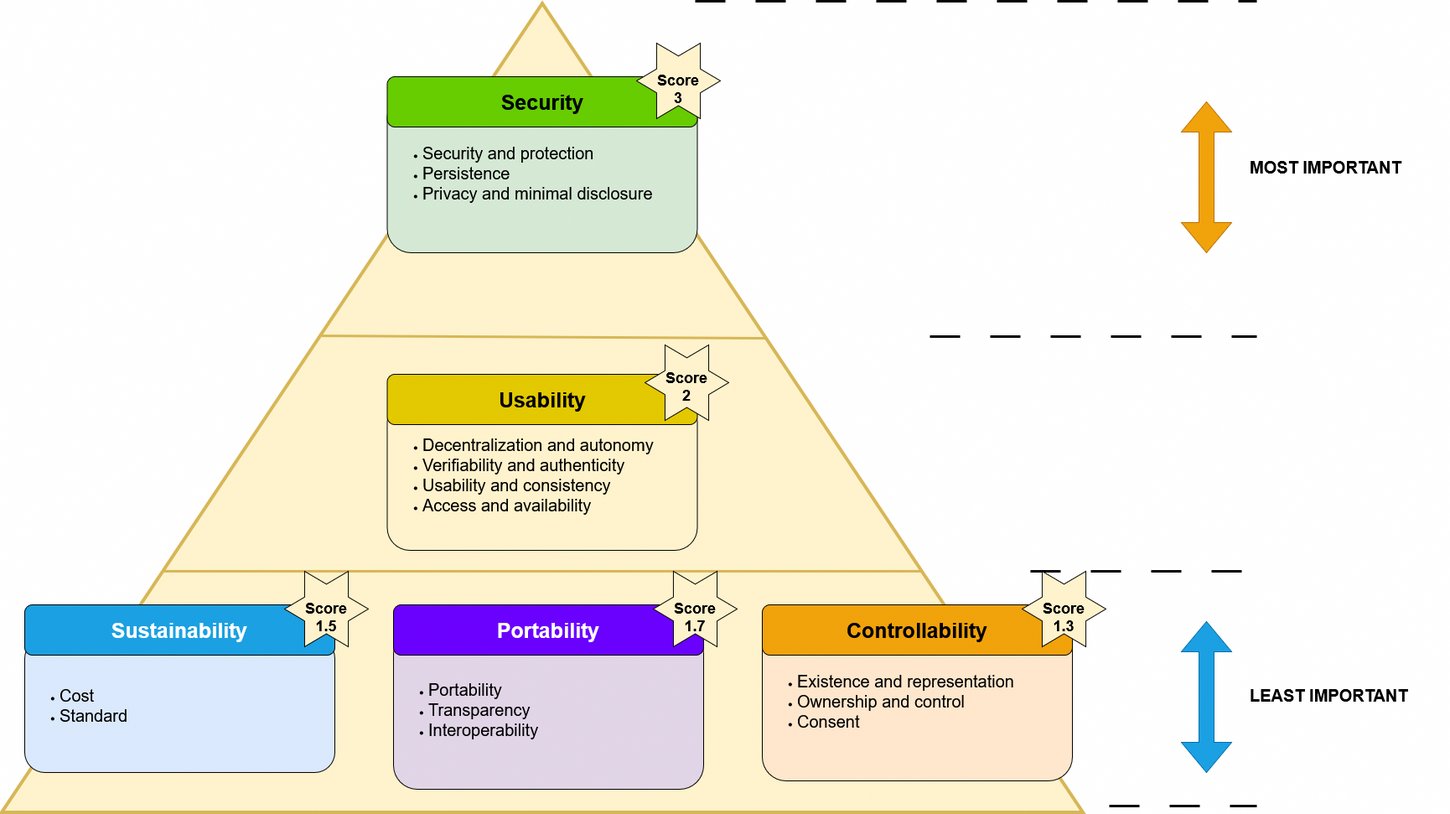
Earlier version of the draw.io export definition/images/survey/ImportantGroups.png (cristianlepore/Self-Sovereign-Identity). Source tidied: cells renumbered, new cells last; positions are measured from the earlier drawing's top-left corner, leaving out a move shared by most shapes. Source of this version:
```xml
<mxGraphModel>
  <root>
    <mxCell id="0" />
    <mxCell id="1" parent="0" />
    <mxCell id="2" style="endArrow=none;html=1;rounded=0;exitX=0.298;exitY=0.15;exitDx=0;exitDy=0;exitPerimeter=0;fillColor=#fff2cc;strokeColor=#000000;strokeWidth=3;dashed=1;dashPattern=12 12;" parent="1" edge="1">
      <mxGeometry relative="1" as="geometry">
        <mxPoint x="1150" y="1120" as="sourcePoint" />
        <mxPoint x="1470" y="1120" as="targetPoint" />
      </mxGeometry>
    </mxCell>
    <mxCell id="3" style="triangle;whiteSpace=wrap;html=1;rotation=-90;fillColor=#fff2cc;strokeColor=#d6b656;strokeWidth=4;" parent="1" vertex="1">
      <mxGeometry x="135" width="965" height="1290" as="geometry" />
    </mxCell>
    <mxCell id="4" value="&lt;div style=&quot;line-height: 200%;&quot; align=&quot;right&quot;&gt;&lt;span style=&quot;color: rgb(0, 0, 0);&quot;&gt;&lt;b&gt;&lt;font style=&quot;font-size: 20px;&quot;&gt;MOST IMPORTANT&lt;/font&gt;&lt;/b&gt;&lt;/span&gt;&lt;br&gt;&lt;/div&gt;" style="text;whiteSpace=wrap;html=1;" parent="1" vertex="1">
      <mxGeometry x="1460" y="340" width="240" height="60" as="geometry" />
    </mxCell>
    <mxCell id="5" value="&lt;div style=&quot;line-height: 200%;&quot; align=&quot;right&quot;&gt;&lt;b&gt;&lt;font style=&quot;font-size: 20px; color: rgb(0, 0, 0);&quot;&gt;LEAST IMPORTANT&lt;/font&gt;&lt;span style=&quot;color: rgba(0, 0, 0, 0);&quot;&gt;&lt;span style=&quot;color: rgba(0, 0, 0, 0);&quot;&gt;&lt;br&gt;&lt;/span&gt;&lt;/span&gt;&lt;/b&gt;&lt;/div&gt;" style="text;whiteSpace=wrap;html=1;" parent="1" vertex="1">
      <mxGeometry x="1460" y="970" width="240" height="60" as="geometry" />
    </mxCell>
    <mxCell id="6" style="endArrow=none;html=1;rounded=0;entryX=0.586;entryY=0.707;entryDx=0;entryDy=0;entryPerimeter=0;exitX=0.589;exitY=0.296;exitDx=0;exitDy=0;exitPerimeter=0;fillColor=#fff2cc;strokeColor=#d6b656;strokeWidth=3;" parent="1" edge="1" source="3" target="3">
      <mxGeometry relative="1" as="geometry" />
    </mxCell>
    <mxCell id="7" style="endArrow=none;html=1;rounded=0;entryX=0.298;entryY=0.851;entryDx=0;entryDy=0;entryPerimeter=0;exitX=0.298;exitY=0.15;exitDx=0;exitDy=0;exitPerimeter=0;fillColor=#fff2cc;strokeColor=#d6b656;strokeWidth=3;" parent="1" edge="1" source="3" target="3">
      <mxGeometry relative="1" as="geometry" />
    </mxCell>
    <mxCell id="8" value="&lt;div align=&quot;left&quot;&gt;&lt;ul&gt;&lt;li&gt;&lt;font style=&quot;font-size: 20px;&quot;&gt;Existence and representation&lt;/font&gt;&lt;/li&gt;&lt;li&gt;&lt;font style=&quot;font-size: 20px;&quot;&gt;Ownership and control&lt;/font&gt;&lt;/li&gt;&lt;li&gt;&lt;font style=&quot;font-size: 20px;&quot;&gt;Consent&lt;/font&gt;&lt;/li&gt;&lt;/ul&gt;&lt;/div&gt;" style="rounded=1;whiteSpace=wrap;html=1;align=left;fillColor=#ffe6cc;strokeColor=#000000;" parent="1" vertex="1">
      <mxGeometry x="880" y="900" width="370" height="190" as="geometry" />
    </mxCell>
    <mxCell id="9" value="&lt;div align=&quot;left&quot;&gt;&lt;ul&gt;&lt;li&gt;&lt;font style=&quot;font-size: 20px;&quot;&gt;Security and protection&lt;/font&gt;&lt;/li&gt;&lt;li&gt;&lt;font style=&quot;font-size: 20px;&quot;&gt;Persistence&lt;/font&gt;&lt;/li&gt;&lt;li&gt;&lt;font style=&quot;font-size: 20px;&quot;&gt;Privacy and minimal disclosure&lt;/font&gt;&lt;/li&gt;&lt;/ul&gt;&lt;/div&gt;" style="rounded=1;whiteSpace=wrap;html=1;align=left;fillColor=#d5e8d4;strokeColor=#000000;" parent="1" vertex="1">
      <mxGeometry x="432.5" y="270" width="370" height="190" as="geometry" />
    </mxCell>
    <mxCell id="10" value="&lt;div align=&quot;left&quot;&gt;&lt;ul&gt;&lt;li&gt;&lt;font style=&quot;font-size: 20px;&quot;&gt;Decentralization and autonomy&lt;/font&gt;&lt;/li&gt;&lt;li&gt;&lt;font style=&quot;font-size: 20px;&quot;&gt;Verifiability and authenticity&lt;/font&gt;&lt;/li&gt;&lt;li&gt;&lt;font style=&quot;font-size: 20px;&quot;&gt;Usability and consistency&lt;/font&gt;&lt;/li&gt;&lt;li&gt;&lt;font style=&quot;font-size: 20px;&quot;&gt;Access and availability&lt;/font&gt;&lt;/li&gt;&lt;/ul&gt;&lt;/div&gt;" style="rounded=1;whiteSpace=wrap;html=1;align=left;fillColor=#fff2cc;strokeColor=#000000;" parent="1" vertex="1">
      <mxGeometry x="432.5" y="635" width="370" height="180" as="geometry" />
    </mxCell>
    <mxCell id="11" value="&lt;b&gt;&lt;font style=&quot;font-size: 25px;&quot;&gt;Controllability&lt;/font&gt;&lt;/b&gt;" style="rounded=1;whiteSpace=wrap;html=1;fillColor=#f0a30a;fontColor=#000000;strokeColor=#000000;" parent="1" vertex="1">
      <mxGeometry x="880" y="880" width="370" height="60" as="geometry" />
    </mxCell>
    <mxCell id="12" value="&lt;div&gt;&lt;b&gt;&lt;font style=&quot;font-size: 25px;&quot;&gt;Usability&lt;/font&gt;&lt;/b&gt;&lt;br&gt;&lt;/div&gt;" style="rounded=1;whiteSpace=wrap;html=1;fillColor=#e3c800;fontColor=#000000;strokeColor=#000000;" parent="1" vertex="1">
      <mxGeometry x="432.5" y="605" width="370" height="60" as="geometry" />
    </mxCell>
    <mxCell id="13" value="&lt;span style=&quot;color: rgb(0, 0, 0);&quot;&gt;&lt;b&gt;&lt;font style=&quot;font-size: 25px;&quot;&gt;Security&lt;font&gt;&lt;br&gt;&lt;/font&gt;&lt;/font&gt;&lt;/b&gt;&lt;/span&gt;" style="rounded=1;whiteSpace=wrap;html=1;fillColor=#66CC00;strokeColor=#000000;fontColor=#ffffff;" parent="1" vertex="1">
      <mxGeometry x="432.5" y="250" width="370" height="60" as="geometry" />
    </mxCell>
    <mxCell id="14" value="&lt;div align=&quot;left&quot;&gt;&lt;ul&gt;&lt;li&gt;&lt;font style=&quot;font-size: 20px;&quot;&gt;Cost&lt;/font&gt;&lt;/li&gt;&lt;li&gt;&lt;div&gt;&lt;font style=&quot;font-size: 20px;&quot;&gt;Standard&lt;/font&gt;&lt;/div&gt;&lt;/li&gt;&lt;/ul&gt;&lt;/div&gt;" style="rounded=1;whiteSpace=wrap;html=1;fillColor=#dae8fc;strokeColor=#000000;align=left;" parent="1" vertex="1">
      <mxGeometry y="920" width="370" height="160" as="geometry" />
    </mxCell>
    <mxCell id="15" value="&lt;div align=&quot;left&quot;&gt;&lt;ul&gt;&lt;li&gt;&lt;font style=&quot;font-size: 20px;&quot;&gt;Portability&lt;/font&gt;&lt;/li&gt;&lt;li&gt;&lt;font style=&quot;font-size: 20px;&quot;&gt;Transparency&lt;/font&gt;&lt;/li&gt;&lt;li&gt;&lt;font style=&quot;font-size: 20px;&quot;&gt;Interoperability&lt;/font&gt;&lt;/li&gt;&lt;/ul&gt;&lt;/div&gt;" style="rounded=1;whiteSpace=wrap;html=1;align=left;fillColor=#e1d5e7;strokeColor=#000000;" parent="1" vertex="1">
      <mxGeometry x="440" y="910" width="370" height="190" as="geometry" />
    </mxCell>
    <mxCell id="16" value="&lt;b&gt;&lt;font style=&quot;font-size: 25px;&quot;&gt;Portability&lt;/font&gt;&lt;/b&gt;" style="rounded=1;whiteSpace=wrap;html=1;fillColor=#6a00ff;fontColor=#ffffff;strokeColor=#000000;" parent="1" vertex="1">
      <mxGeometry x="440" y="880" width="370" height="60" as="geometry" />
    </mxCell>
    <mxCell id="17" value="&lt;font style=&quot;font-size: 25px;&quot;&gt;&lt;b&gt;Sustainability&lt;/b&gt;&lt;/font&gt;" style="rounded=1;whiteSpace=wrap;html=1;fillColor=#1ba1e2;fontColor=#ffffff;strokeColor=#000000;" parent="1" vertex="1">
      <mxGeometry y="880" width="370" height="60" as="geometry" />
    </mxCell>
    <mxCell id="18" style="shape=doubleArrow;whiteSpace=wrap;html=1;rotation=90;fillColor=#1ba1e2;strokeColor=#006EAF;fontColor=#ffffff;" parent="1" vertex="1">
      <mxGeometry x="1320" y="960" width="180" height="60" as="geometry" />
    </mxCell>
    <mxCell id="19" style="shape=doubleArrow;whiteSpace=wrap;html=1;rotation=90;fillColor=#f0a30a;fontColor=#000000;strokeColor=#BD7000;" parent="1" vertex="1">
      <mxGeometry x="1320" y="340" width="180" height="60" as="geometry" />
    </mxCell>
    <mxCell id="20" style="endArrow=none;html=1;rounded=0;fillColor=#fff2cc;strokeColor=#000000;strokeWidth=3;dashed=1;dashPattern=12 12;" parent="1" edge="1">
      <mxGeometry relative="1" as="geometry">
        <mxPoint x="1200" y="840" as="sourcePoint" />
        <mxPoint x="1470" y="840" as="targetPoint" />
      </mxGeometry>
    </mxCell>
    <mxCell id="21" style="endArrow=none;html=1;rounded=0;fillColor=#fff2cc;strokeColor=#000000;strokeWidth=3;dashed=1;dashPattern=12 12;" parent="1" edge="1">
      <mxGeometry relative="1" as="geometry">
        <mxPoint x="1080" y="560" as="sourcePoint" />
        <mxPoint x="1470" y="560" as="targetPoint" />
      </mxGeometry>
    </mxCell>
    <mxCell id="22" style="endArrow=none;html=1;rounded=0;fillColor=#fff2cc;strokeColor=#000000;strokeWidth=3;dashed=1;dashPattern=12 12;" parent="1" edge="1">
      <mxGeometry relative="1" as="geometry">
        <mxPoint x="800" y="160" as="sourcePoint" />
        <mxPoint x="1470" y="160" as="targetPoint" />
      </mxGeometry>
    </mxCell>
    <mxCell id="23" style="verticalLabelPosition=bottom;verticalAlign=top;html=1;shape=mxgraph.basic.6_point_star;fillColor=#fff2cc;strokeColor=#000000;" parent="1" vertex="1">
      <mxGeometry x="730" y="210" width="100" height="90" as="geometry" />
    </mxCell>
    <mxCell id="24" value="&lt;font style=&quot;font-size: 18px;&quot;&gt;&lt;b&gt;&lt;font&gt;Score 3&lt;/font&gt;&lt;/b&gt;&lt;/font&gt;" style="text;html=1;align=center;verticalAlign=middle;whiteSpace=wrap;rounded=0;" parent="1" vertex="1">
      <mxGeometry x="750" y="250" width="60" height="30" as="geometry" />
    </mxCell>
    <mxCell id="25" style="verticalLabelPosition=bottom;verticalAlign=top;html=1;shape=mxgraph.basic.6_point_star;fillColor=#fff2cc;strokeColor=#000000;" parent="1" vertex="1">
      <mxGeometry x="740" y="570" width="100" height="90" as="geometry" />
    </mxCell>
    <mxCell id="26" style="verticalLabelPosition=bottom;verticalAlign=top;html=1;shape=mxgraph.basic.6_point_star;fillColor=#fff2cc;strokeColor=#000000;" parent="1" vertex="1">
      <mxGeometry x="750" y="840" width="100" height="90" as="geometry" />
    </mxCell>
    <mxCell id="27" value="&lt;font style=&quot;font-size: 18px;&quot;&gt;&lt;b&gt;&lt;font&gt;Score 2&lt;/font&gt;&lt;/b&gt;&lt;/font&gt;" style="text;html=1;align=center;verticalAlign=middle;whiteSpace=wrap;rounded=0;" parent="1" vertex="1">
      <mxGeometry x="760" y="605" width="60" height="30" as="geometry" />
    </mxCell>
    <mxCell id="28" value="&lt;font style=&quot;font-size: 18px;&quot;&gt;&lt;b&gt;&lt;font&gt;Score 1.7&lt;/font&gt;&lt;/b&gt;&lt;/font&gt;" style="text;html=1;align=center;verticalAlign=middle;whiteSpace=wrap;rounded=0;" parent="1" vertex="1">
      <mxGeometry x="770" y="880" width="60" height="30" as="geometry" />
    </mxCell>
    <mxCell id="29" style="verticalLabelPosition=bottom;verticalAlign=top;html=1;shape=mxgraph.basic.6_point_star;fillColor=#fff2cc;strokeColor=#000000;" parent="1" vertex="1">
      <mxGeometry x="310" y="840" width="100" height="90" as="geometry" />
    </mxCell>
    <mxCell id="30" value="&lt;font style=&quot;font-size: 18px;&quot;&gt;&lt;b&gt;&lt;font&gt;Score 1.5&lt;/font&gt;&lt;/b&gt;&lt;/font&gt;" style="text;html=1;align=center;verticalAlign=middle;whiteSpace=wrap;rounded=0;" parent="1" vertex="1">
      <mxGeometry x="330" y="880" width="60" height="30" as="geometry" />
    </mxCell>
    <mxCell id="31" style="verticalLabelPosition=bottom;verticalAlign=top;html=1;shape=mxgraph.basic.6_point_star;fillColor=#fff2cc;strokeColor=#000000;" parent="1" vertex="1">
      <mxGeometry x="1190" y="840" width="100" height="90" as="geometry" />
    </mxCell>
    <mxCell id="32" value="&lt;font style=&quot;font-size: 18px;&quot;&gt;&lt;b&gt;&lt;font&gt;Score 1.3&lt;/font&gt;&lt;/b&gt;&lt;/font&gt;" style="text;html=1;align=center;verticalAlign=middle;whiteSpace=wrap;rounded=0;" parent="1" vertex="1">
      <mxGeometry x="1210" y="880" width="60" height="30" as="geometry" />
    </mxCell>
  </root>
</mxGraphModel>
```
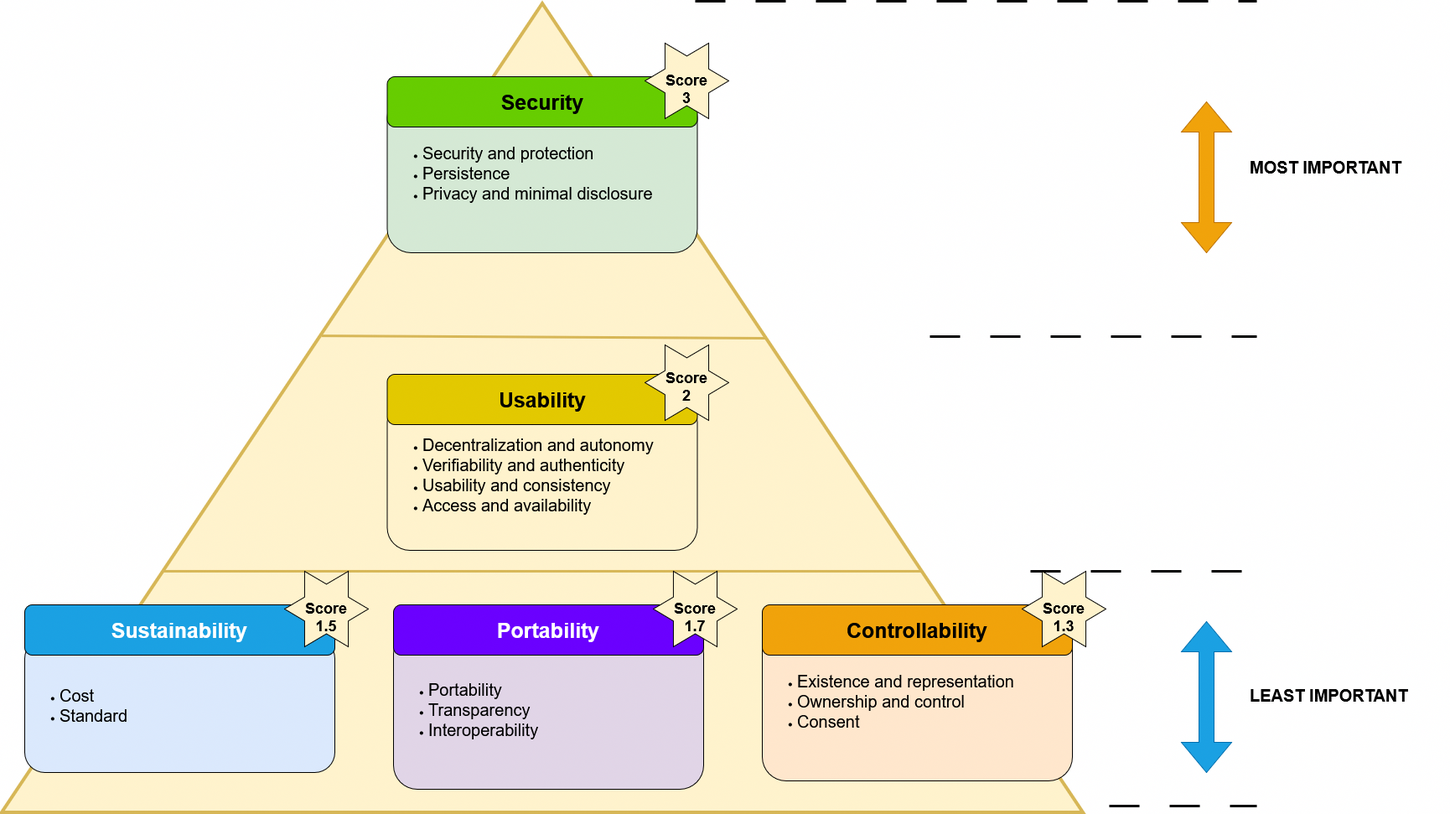
After the change.

The edit, as a diff of the source:
```diff
@@ -2,12 +2,12 @@
   <root>
     <mxCell id="0" />
     <mxCell id="1" parent="0" />
-    <mxCell id="2" style="endArrow=none;html=1;rounded=0;exitX=0.298;exitY=0.15;exitDx=0;exitDy=0;exitPerimeter=0;fillColor=#fff2cc;strokeColor=#000000;strokeWidth=3;dashed=1;dashPattern=12 12;" parent="1" edge="1">
-      <mxGeometry relative="1" as="geometry">
-        <mxPoint x="1150" y="1120" as="sourcePoint" />
-        <mxPoint x="1470" y="1120" as="targetPoint" />
-      </mxGeometry>
-    </mxCell>
+    <mxCell id="33" style="endArrow=none;html=1;rounded=0;exitX=0.298;exitY=0.15;exitDx=0;exitDy=0;exitPerimeter=0;fillColor=#fff2cc;strokeColor=#000000;strokeWidth=3;dashed=1;dashPattern=12 12;" parent="1" edge="1">
+      <mxGeometry relative="1" as="geometry">
+        <mxPoint x="1150" y="1120" as="sourcePoint" />
+        <mxPoint x="1470" y="1120" as="targetPoint" />
+      </mxGeometry>
+    </mxCell>
     <mxCell id="3" style="triangle;whiteSpace=wrap;html=1;rotation=-90;fillColor=#fff2cc;strokeColor=#d6b656;strokeWidth=4;" parent="1" vertex="1">
       <mxGeometry x="135" width="965" height="1290" as="geometry" />
     </mxCell>
@@ -17,12 +17,12 @@
     <mxCell id="5" value="&lt;div style=&quot;line-height: 200%;&quot; align=&quot;right&quot;&gt;&lt;b&gt;&lt;font style=&quot;font-size: 20px; color: rgb(0, 0, 0);&quot;&gt;LEAST IMPORTANT&lt;/font&gt;&lt;span style=&quot;color: rgba(0, 0, 0, 0);&quot;&gt;&lt;span style=&quot;color: rgba(0, 0, 0, 0);&quot;&gt;&lt;br&gt;&lt;/span&gt;&lt;/span&gt;&lt;/b&gt;&lt;/div&gt;" style="text;whiteSpace=wrap;html=1;" parent="1" vertex="1">
       <mxGeometry x="1460" y="970" width="240" height="60" as="geometry" />
     </mxCell>
-    <mxCell id="6" style="endArrow=none;html=1;rounded=0;entryX=0.586;entryY=0.707;entryDx=0;entryDy=0;entryPerimeter=0;exitX=0.589;exitY=0.296;exitDx=0;exitDy=0;exitPerimeter=0;fillColor=#fff2cc;strokeColor=#d6b656;strokeWidth=3;" parent="1" edge="1" source="3" target="3">
-      <mxGeometry relative="1" as="geometry" />
-    </mxCell>
-    <mxCell id="7" style="endArrow=none;html=1;rounded=0;entryX=0.298;entryY=0.851;entryDx=0;entryDy=0;entryPerimeter=0;exitX=0.298;exitY=0.15;exitDx=0;exitDy=0;exitPerimeter=0;fillColor=#fff2cc;strokeColor=#d6b656;strokeWidth=3;" parent="1" edge="1" source="3" target="3">
-      <mxGeometry relative="1" as="geometry" />
-    </mxCell>
+    <mxCell id="34" style="endArrow=none;html=1;rounded=0;entryX=0.586;entryY=0.707;entryDx=0;entryDy=0;entryPerimeter=0;exitX=0.589;exitY=0.296;exitDx=0;exitDy=0;exitPerimeter=0;fillColor=#fff2cc;strokeColor=#d6b656;strokeWidth=3;" parent="1" edge="1" source="3" target="3">
+      <mxGeometry relative="1" as="geometry" />
+    </mxCell>
+    <mxCell id="35" style="endArrow=none;html=1;rounded=0;entryX=0.298;entryY=0.851;entryDx=0;entryDy=0;entryPerimeter=0;exitX=0.298;exitY=0.15;exitDx=0;exitDy=0;exitPerimeter=0;fillColor=#fff2cc;strokeColor=#d6b656;strokeWidth=3;" parent="1" edge="1" source="3" target="3">
+      <mxGeometry relative="1" as="geometry" />
+    </mxCell>
     <mxCell id="8" value="&lt;div align=&quot;left&quot;&gt;&lt;ul&gt;&lt;li&gt;&lt;font style=&quot;font-size: 20px;&quot;&gt;Existence and representation&lt;/font&gt;&lt;/li&gt;&lt;li&gt;&lt;font style=&quot;font-size: 20px;&quot;&gt;Ownership and control&lt;/font&gt;&lt;/li&gt;&lt;li&gt;&lt;font style=&quot;font-size: 20px;&quot;&gt;Consent&lt;/font&gt;&lt;/li&gt;&lt;/ul&gt;&lt;/div&gt;" style="rounded=1;whiteSpace=wrap;html=1;align=left;fillColor=#ffe6cc;strokeColor=#000000;" parent="1" vertex="1">
       <mxGeometry x="880" y="900" width="370" height="190" as="geometry" />
     </mxCell>
@@ -59,29 +59,29 @@
     <mxCell id="19" style="shape=doubleArrow;whiteSpace=wrap;html=1;rotation=90;fillColor=#f0a30a;fontColor=#000000;strokeColor=#BD7000;" parent="1" vertex="1">
       <mxGeometry x="1320" y="340" width="180" height="60" as="geometry" />
     </mxCell>
-    <mxCell id="20" style="endArrow=none;html=1;rounded=0;fillColor=#fff2cc;strokeColor=#000000;strokeWidth=3;dashed=1;dashPattern=12 12;" parent="1" edge="1">
-      <mxGeometry relative="1" as="geometry">
-        <mxPoint x="1200" y="840" as="sourcePoint" />
-        <mxPoint x="1470" y="840" as="targetPoint" />
-      </mxGeometry>
-    </mxCell>
-    <mxCell id="21" style="endArrow=none;html=1;rounded=0;fillColor=#fff2cc;strokeColor=#000000;strokeWidth=3;dashed=1;dashPattern=12 12;" parent="1" edge="1">
-      <mxGeometry relative="1" as="geometry">
-        <mxPoint x="1080" y="560" as="sourcePoint" />
-        <mxPoint x="1470" y="560" as="targetPoint" />
-      </mxGeometry>
-    </mxCell>
-    <mxCell id="22" style="endArrow=none;html=1;rounded=0;fillColor=#fff2cc;strokeColor=#000000;strokeWidth=3;dashed=1;dashPattern=12 12;" parent="1" edge="1">
-      <mxGeometry relative="1" as="geometry">
-        <mxPoint x="800" y="160" as="sourcePoint" />
-        <mxPoint x="1470" y="160" as="targetPoint" />
-      </mxGeometry>
-    </mxCell>
-    <mxCell id="23" style="verticalLabelPosition=bottom;verticalAlign=top;html=1;shape=mxgraph.basic.6_point_star;fillColor=#fff2cc;strokeColor=#000000;" parent="1" vertex="1">
-      <mxGeometry x="730" y="210" width="100" height="90" as="geometry" />
-    </mxCell>
+    <mxCell id="36" style="endArrow=none;html=1;rounded=0;fillColor=#fff2cc;strokeColor=#000000;strokeWidth=3;dashed=1;dashPattern=12 12;" parent="1" edge="1">
+      <mxGeometry relative="1" as="geometry">
+        <mxPoint x="1200" y="840" as="sourcePoint" />
+        <mxPoint x="1470" y="840" as="targetPoint" />
+      </mxGeometry>
+    </mxCell>
+    <mxCell id="37" style="endArrow=none;html=1;rounded=0;fillColor=#fff2cc;strokeColor=#000000;strokeWidth=3;dashed=1;dashPattern=12 12;" parent="1" edge="1">
+      <mxGeometry relative="1" as="geometry">
+        <mxPoint x="1080" y="560" as="sourcePoint" />
+        <mxPoint x="1470" y="560" as="targetPoint" />
+      </mxGeometry>
+    </mxCell>
+    <mxCell id="38" style="endArrow=none;html=1;rounded=0;fillColor=#fff2cc;strokeColor=#000000;strokeWidth=3;dashed=1;dashPattern=12 12;" parent="1" edge="1">
+      <mxGeometry relative="1" as="geometry">
+        <mxPoint x="800" y="160" as="sourcePoint" />
+        <mxPoint x="1470" y="160" as="targetPoint" />
+      </mxGeometry>
+    </mxCell>
+    <mxCell id="39" style="verticalLabelPosition=bottom;verticalAlign=top;html=1;shape=mxgraph.basic.6_point_star;fillColor=#fff2cc;strokeColor=#000000;" parent="1" vertex="1">
+      <mxGeometry x="740" y="210" width="100" height="90" as="geometry" />
+    </mxCell>
     <mxCell id="24" value="&lt;font style=&quot;font-size: 18px;&quot;&gt;&lt;b&gt;&lt;font&gt;Score 3&lt;/font&gt;&lt;/b&gt;&lt;/font&gt;" style="text;html=1;align=center;verticalAlign=middle;whiteSpace=wrap;rounded=0;" parent="1" vertex="1">
-      <mxGeometry x="750" y="250" width="60" height="30" as="geometry" />
+      <mxGeometry x="760" y="250" width="60" height="30" as="geometry" />
     </mxCell>
     <mxCell id="25" style="verticalLabelPosition=bottom;verticalAlign=top;html=1;shape=mxgraph.basic.6_point_star;fillColor=#fff2cc;strokeColor=#000000;" parent="1" vertex="1">
       <mxGeometry x="740" y="570" width="100" height="90" as="geometry" />
```
